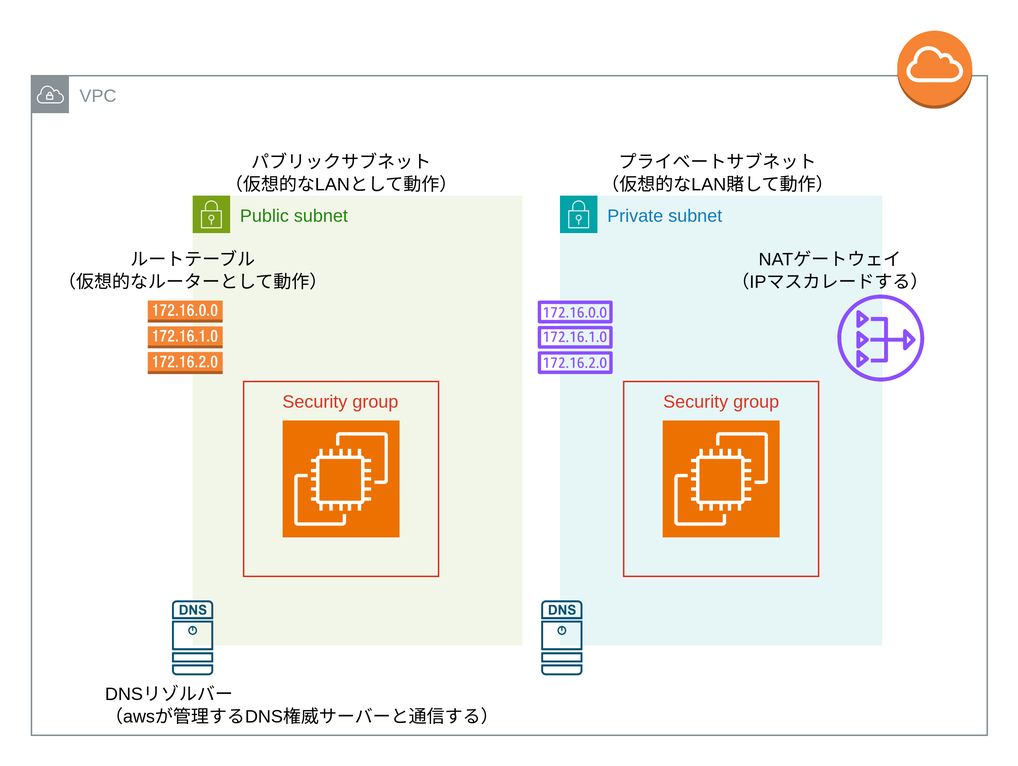
The draw.io diagram Terraform/AWS/image/VPC図.png in kuritaeiji/Memo, before a commit. Source tidied: cells renumbered, new cells last; positions are measured from the earlier drawing's top-left corner, leaving out a move shared by most shapes. Its diagram source:
```xml
<mxGraphModel>
  <root>
    <mxCell id="0" />
    <mxCell id="1" parent="0" />
    <mxCell id="2" value="VPC" style="sketch=0;gradientColor=none;html=1;whiteSpace=wrap;fontSize=12;fontStyle=0;shape=mxgraph.aws4.group;grIcon=mxgraph.aws4.group_vpc;strokeColor=#879196;fillColor=none;verticalAlign=top;align=left;spacingLeft=30;fontColor=#879196;dashed=0;" parent="1" vertex="1">
      <mxGeometry x="0.5" y="30" width="637.5" height="440" as="geometry" />
    </mxCell>
    <mxCell id="3" style="dashed=0;verticalLabelPosition=bottom;verticalAlign=top;align=center;html=1;shape=mxgraph.aws3.internet_gateway;fillColor=#F58534;gradientColor=none;" parent="1" vertex="1">
      <mxGeometry x="578" width="50" height="52" as="geometry" />
    </mxCell>
    <mxCell id="4" value="Private subnet" style="gradientColor=none;html=1;whiteSpace=wrap;fontSize=12;fontStyle=0;shape=mxgraph.aws4.group;grIcon=mxgraph.aws4.group_security_group;grStroke=0;strokeColor=#00A4A6;fillColor=#E6F6F7;verticalAlign=top;align=left;spacingLeft=30;fontColor=#147EBA;dashed=0;" parent="1" vertex="1">
      <mxGeometry x="353" y="110" width="215" height="300" as="geometry" />
    </mxCell>
    <mxCell id="5" style="sketch=0;fontColor=#232F3E;gradientColor=none;fillColor=#8C4FFF;strokeColor=none;dashed=0;verticalLabelPosition=bottom;verticalAlign=top;align=center;html=1;fontSize=12;fontStyle=0;shape=mxgraph.aws4.route_table;" parent="4" vertex="1">
      <mxGeometry x="-15" y="70" width="50.3" height="49" as="geometry" />
    </mxCell>
    <mxCell id="6" style="sketch=0;fontColor=#232F3E;fillColor=#ED7100;strokeColor=#ffffff;dashed=0;verticalLabelPosition=bottom;verticalAlign=top;align=center;html=1;fontSize=12;fontStyle=0;shape=mxgraph.aws4.resourceIcon;resIcon=mxgraph.aws4.ec2;" parent="4" vertex="1">
      <mxGeometry x="68.5" y="150" width="78" height="78" as="geometry" />
    </mxCell>
    <mxCell id="7" value="Security group" style="fillColor=none;strokeColor=#DD3522;verticalAlign=top;fontStyle=0;fontColor=#DD3522;whiteSpace=wrap;html=1;" parent="4" vertex="1">
      <mxGeometry x="42.5" y="124" width="130" height="130" as="geometry" />
    </mxCell>
    <mxCell id="8" value="NATゲートウェイ&lt;div&gt;（IPマスカレードする）&lt;/div&gt;" style="text;html=1;align=center;verticalAlign=middle;strokeColor=none;fillColor=none;" parent="4" vertex="1">
      <mxGeometry x="105" y="30" width="150" height="40" as="geometry" />
    </mxCell>
    <mxCell id="9" value="Public subnet" style="gradientColor=none;html=1;whiteSpace=wrap;fontSize=12;fontStyle=0;shape=mxgraph.aws4.group;grIcon=mxgraph.aws4.group_security_group;grStroke=0;strokeColor=#7AA116;fillColor=#F2F6E8;verticalAlign=top;align=left;spacingLeft=30;fontColor=#248814;dashed=0;" parent="1" vertex="1">
      <mxGeometry x="108" y="110" width="220" height="300" as="geometry" />
    </mxCell>
    <mxCell id="10" style="sketch=0;verticalLabelPosition=bottom;html=1;verticalAlign=top;align=center;shape=mxgraph.cisco19.dns_server;fillColor=#005073;strokeColor=none;" parent="9" vertex="1">
      <mxGeometry x="-13.8" y="270" width="27.5" height="50" as="geometry" />
    </mxCell>
    <mxCell id="11" value="ルートテーブル&lt;div&gt;（仮想的なルーターとして動作）&lt;/div&gt;" style="text;html=1;align=center;verticalAlign=middle;strokeColor=none;fillColor=none;" parent="1" vertex="1">
      <mxGeometry x="8" y="140" width="200" height="40" as="geometry" />
    </mxCell>
    <mxCell id="12" style="dashed=0;verticalLabelPosition=bottom;verticalAlign=top;align=center;html=1;shape=mxgraph.aws3.route_table;fillColor=#F58536;gradientColor=none;" parent="1" vertex="1">
      <mxGeometry x="78" y="180" width="50" height="49" as="geometry" />
    </mxCell>
    <mxCell id="13" style="sketch=0;fontColor=#232F3E;fillColor=#ED7100;strokeColor=#ffffff;dashed=0;verticalLabelPosition=bottom;verticalAlign=top;align=center;html=1;fontSize=12;fontStyle=0;shape=mxgraph.aws4.resourceIcon;resIcon=mxgraph.aws4.ec2;" parent="1" vertex="1">
      <mxGeometry x="168" y="260" width="78" height="78" as="geometry" />
    </mxCell>
    <mxCell id="14" value="Security group" style="fillColor=none;strokeColor=#DD3522;verticalAlign=top;fontStyle=0;fontColor=#DD3522;whiteSpace=wrap;html=1;" parent="1" vertex="1">
      <mxGeometry x="142" y="234" width="130" height="130" as="geometry" />
    </mxCell>
    <mxCell id="15" value="パブリックサブネット&lt;div&gt;（仮想的なLANとして動作）&lt;/div&gt;" style="text;html=1;align=center;verticalAlign=middle;strokeColor=none;fillColor=none;" parent="1" vertex="1">
      <mxGeometry x="117" y="75" width="180" height="40" as="geometry" />
    </mxCell>
    <mxCell id="16" value="プライベートサブネット&lt;div&gt;（仮想的なLAN賭して動作）&lt;/div&gt;" style="text;html=1;align=center;verticalAlign=middle;strokeColor=none;fillColor=none;" parent="1" vertex="1">
      <mxGeometry x="368" y="75" width="180" height="40" as="geometry" />
    </mxCell>
    <mxCell id="17" style="sketch=0;verticalLabelPosition=bottom;html=1;verticalAlign=top;align=center;shape=mxgraph.cisco19.dns_server;fillColor=#005073;strokeColor=none;" parent="1" vertex="1">
      <mxGeometry x="340.5" y="380" width="27.5" height="50" as="geometry" />
    </mxCell>
    <mxCell id="18" value="DNSリゾルバー&lt;div&gt;（awsが管理する&lt;span style=&quot;background-color: initial;&quot;&gt;DNS権威サーバーと通信する）&lt;/span&gt;&lt;/div&gt;" style="text;html=1;align=left;verticalAlign=middle;strokeColor=none;fillColor=none;" parent="1" vertex="1">
      <mxGeometry x="48" y="430" width="290" height="40" as="geometry" />
    </mxCell>
    <mxCell id="19" style="sketch=0;fontColor=#232F3E;gradientColor=none;fillColor=#8C4FFF;strokeColor=none;dashed=0;verticalLabelPosition=bottom;verticalAlign=top;align=center;html=1;fontSize=12;fontStyle=0;shape=mxgraph.aws4.nat_gateway;" parent="1" vertex="1">
      <mxGeometry x="538" y="176" width="58" height="58" as="geometry" />
    </mxCell>
  </root>
</mxGraphModel>
```
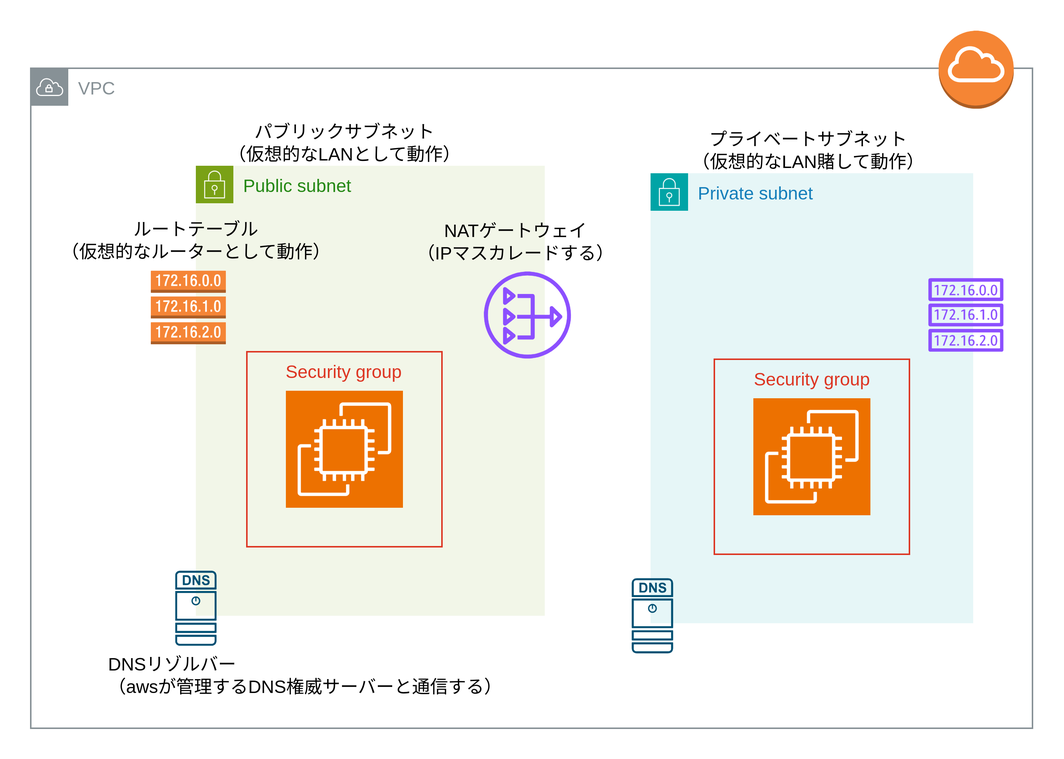
Above is the later version.

Commit message:
AWS-NATゲートウェイ

The edit, as a diff of the source:
```diff
@@ -3,58 +3,58 @@
     <mxCell id="0" />
     <mxCell id="1" parent="0" />
     <mxCell id="2" value="VPC" style="sketch=0;gradientColor=none;html=1;whiteSpace=wrap;fontSize=12;fontStyle=0;shape=mxgraph.aws4.group;grIcon=mxgraph.aws4.group_vpc;strokeColor=#879196;fillColor=none;verticalAlign=top;align=left;spacingLeft=30;fontColor=#879196;dashed=0;" parent="1" vertex="1">
-      <mxGeometry x="0.5" y="30" width="637.5" height="440" as="geometry" />
+      <mxGeometry x="-2" y="45" width="667.5" height="440" as="geometry" />
     </mxCell>
     <mxCell id="3" style="dashed=0;verticalLabelPosition=bottom;verticalAlign=top;align=center;html=1;shape=mxgraph.aws3.internet_gateway;fillColor=#F58534;gradientColor=none;" parent="1" vertex="1">
-      <mxGeometry x="578" width="50" height="52" as="geometry" />
+      <mxGeometry x="603" y="20" width="50" height="52" as="geometry" />
     </mxCell>
     <mxCell id="4" value="Private subnet" style="gradientColor=none;html=1;whiteSpace=wrap;fontSize=12;fontStyle=0;shape=mxgraph.aws4.group;grIcon=mxgraph.aws4.group_security_group;grStroke=0;strokeColor=#00A4A6;fillColor=#E6F6F7;verticalAlign=top;align=left;spacingLeft=30;fontColor=#147EBA;dashed=0;" parent="1" vertex="1">
-      <mxGeometry x="353" y="110" width="215" height="300" as="geometry" />
+      <mxGeometry x="411" y="115" width="215" height="300" as="geometry" />
     </mxCell>
-    <mxCell id="5" style="sketch=0;fontColor=#232F3E;gradientColor=none;fillColor=#8C4FFF;strokeColor=none;dashed=0;verticalLabelPosition=bottom;verticalAlign=top;align=center;html=1;fontSize=12;fontStyle=0;shape=mxgraph.aws4.route_table;" parent="4" vertex="1">
-      <mxGeometry x="-15" y="70" width="50.3" height="49" as="geometry" />
+    <mxCell id="5" style="sketch=0;fontColor=#232F3E;fillColor=#ED7100;strokeColor=#ffffff;dashed=0;verticalLabelPosition=bottom;verticalAlign=top;align=center;html=1;fontSize=12;fontStyle=0;shape=mxgraph.aws4.resourceIcon;resIcon=mxgraph.aws4.ec2;" parent="4" vertex="1">
+      <mxGeometry x="68.5" y="150" width="78" height="78" as="geometry" />
     </mxCell>
-    <mxCell id="6" style="sketch=0;fontColor=#232F3E;fillColor=#ED7100;strokeColor=#ffffff;dashed=0;verticalLabelPosition=bottom;verticalAlign=top;align=center;html=1;fontSize=12;fontStyle=0;shape=mxgraph.aws4.resourceIcon;resIcon=mxgraph.aws4.ec2;" parent="4" vertex="1">
-      <mxGeometry x="68.5" y="150" width="78" height="78" as="geometry" />
+    <mxCell id="6" value="Security group" style="fillColor=none;strokeColor=#DD3522;verticalAlign=top;fontStyle=0;fontColor=#DD3522;whiteSpace=wrap;html=1;" parent="4" vertex="1">
+      <mxGeometry x="42.5" y="124" width="130" height="130" as="geometry" />
     </mxCell>
-    <mxCell id="7" value="Security group" style="fillColor=none;strokeColor=#DD3522;verticalAlign=top;fontStyle=0;fontColor=#DD3522;whiteSpace=wrap;html=1;" parent="4" vertex="1">
-      <mxGeometry x="42.5" y="124" width="130" height="130" as="geometry" />
+    <mxCell id="7" value="Public subnet" style="gradientColor=none;html=1;whiteSpace=wrap;fontSize=12;fontStyle=0;shape=mxgraph.aws4.group;grIcon=mxgraph.aws4.group_security_group;grStroke=0;strokeColor=#7AA116;fillColor=#F2F6E8;verticalAlign=top;align=left;spacingLeft=30;fontColor=#248814;dashed=0;" parent="1" vertex="1">
+      <mxGeometry x="108" y="110" width="232.5" height="300" as="geometry" />
     </mxCell>
-    <mxCell id="8" value="NATゲートウェイ&lt;div&gt;（IPマスカレードする）&lt;/div&gt;" style="text;html=1;align=center;verticalAlign=middle;strokeColor=none;fillColor=none;" parent="4" vertex="1">
-      <mxGeometry x="105" y="30" width="150" height="40" as="geometry" />
+    <mxCell id="8" style="sketch=0;verticalLabelPosition=bottom;html=1;verticalAlign=top;align=center;shape=mxgraph.cisco19.dns_server;fillColor=#005073;strokeColor=none;" parent="7" vertex="1">
+      <mxGeometry x="-13.8" y="270" width="27.5" height="50" as="geometry" />
     </mxCell>
-    <mxCell id="9" value="Public subnet" style="gradientColor=none;html=1;whiteSpace=wrap;fontSize=12;fontStyle=0;shape=mxgraph.aws4.group;grIcon=mxgraph.aws4.group_security_group;grStroke=0;strokeColor=#7AA116;fillColor=#F2F6E8;verticalAlign=top;align=left;spacingLeft=30;fontColor=#248814;dashed=0;" parent="1" vertex="1">
-      <mxGeometry x="108" y="110" width="220" height="300" as="geometry" />
+    <mxCell id="9" value="ルートテーブル&lt;div&gt;（仮想的なルーターとして動作）&lt;/div&gt;" style="text;html=1;align=center;verticalAlign=middle;strokeColor=none;fillColor=none;" parent="1" vertex="1">
+      <mxGeometry x="8" y="140" width="200" height="40" as="geometry" />
     </mxCell>
-    <mxCell id="10" style="sketch=0;verticalLabelPosition=bottom;html=1;verticalAlign=top;align=center;shape=mxgraph.cisco19.dns_server;fillColor=#005073;strokeColor=none;" parent="9" vertex="1">
-      <mxGeometry x="-13.8" y="270" width="27.5" height="50" as="geometry" />
+    <mxCell id="10" style="dashed=0;verticalLabelPosition=bottom;verticalAlign=top;align=center;html=1;shape=mxgraph.aws3.route_table;fillColor=#F58536;gradientColor=none;" parent="1" vertex="1">
+      <mxGeometry x="78" y="180" width="50" height="49" as="geometry" />
     </mxCell>
-    <mxCell id="11" value="ルートテーブル&lt;div&gt;（仮想的なルーターとして動作）&lt;/div&gt;" style="text;html=1;align=center;verticalAlign=middle;strokeColor=none;fillColor=none;" parent="1" vertex="1">
-      <mxGeometry x="8" y="140" width="200" height="40" as="geometry" />
+    <mxCell id="11" style="sketch=0;fontColor=#232F3E;fillColor=#ED7100;strokeColor=#ffffff;dashed=0;verticalLabelPosition=bottom;verticalAlign=top;align=center;html=1;fontSize=12;fontStyle=0;shape=mxgraph.aws4.resourceIcon;resIcon=mxgraph.aws4.ec2;" parent="1" vertex="1">
+      <mxGeometry x="168" y="260" width="78" height="78" as="geometry" />
     </mxCell>
-    <mxCell id="12" style="dashed=0;verticalLabelPosition=bottom;verticalAlign=top;align=center;html=1;shape=mxgraph.aws3.route_table;fillColor=#F58536;gradientColor=none;" parent="1" vertex="1">
-      <mxGeometry x="78" y="180" width="50" height="49" as="geometry" />
+    <mxCell id="12" value="Security group" style="fillColor=none;strokeColor=#DD3522;verticalAlign=top;fontStyle=0;fontColor=#DD3522;whiteSpace=wrap;html=1;" parent="1" vertex="1">
+      <mxGeometry x="142" y="234" width="130" height="130" as="geometry" />
     </mxCell>
-    <mxCell id="13" style="sketch=0;fontColor=#232F3E;fillColor=#ED7100;strokeColor=#ffffff;dashed=0;verticalLabelPosition=bottom;verticalAlign=top;align=center;html=1;fontSize=12;fontStyle=0;shape=mxgraph.aws4.resourceIcon;resIcon=mxgraph.aws4.ec2;" parent="1" vertex="1">
-      <mxGeometry x="168" y="260" width="78" height="78" as="geometry" />
+    <mxCell id="13" value="パブリックサブネット&lt;div&gt;（仮想的なLANとして動作）&lt;/div&gt;" style="text;html=1;align=center;verticalAlign=middle;strokeColor=none;fillColor=none;" parent="1" vertex="1">
+      <mxGeometry x="117" y="75" width="180" height="40" as="geometry" />
     </mxCell>
-    <mxCell id="14" value="Security group" style="fillColor=none;strokeColor=#DD3522;verticalAlign=top;fontStyle=0;fontColor=#DD3522;whiteSpace=wrap;html=1;" parent="1" vertex="1">
-      <mxGeometry x="142" y="234" width="130" height="130" as="geometry" />
+    <mxCell id="14" value="プライベートサブネット&lt;div&gt;（仮想的なLAN賭して動作）&lt;/div&gt;" style="text;html=1;align=center;verticalAlign=middle;strokeColor=none;fillColor=none;" parent="1" vertex="1">
+      <mxGeometry x="426" y="80" width="180" height="40" as="geometry" />
     </mxCell>
-    <mxCell id="15" value="パブリックサブネット&lt;div&gt;（仮想的なLANとして動作）&lt;/div&gt;" style="text;html=1;align=center;verticalAlign=middle;strokeColor=none;fillColor=none;" parent="1" vertex="1">
-      <mxGeometry x="117" y="75" width="180" height="40" as="geometry" />
+    <mxCell id="15" style="sketch=0;verticalLabelPosition=bottom;html=1;verticalAlign=top;align=center;shape=mxgraph.cisco19.dns_server;fillColor=#005073;strokeColor=none;" parent="1" vertex="1">
+      <mxGeometry x="398.5" y="385" width="27.5" height="50" as="geometry" />
     </mxCell>
-    <mxCell id="16" value="プライベートサブネット&lt;div&gt;（仮想的なLAN賭して動作）&lt;/div&gt;" style="text;html=1;align=center;verticalAlign=middle;strokeColor=none;fillColor=none;" parent="1" vertex="1">
-      <mxGeometry x="368" y="75" width="180" height="40" as="geometry" />
+    <mxCell id="16" value="DNSリゾルバー&lt;div&gt;（awsが管理する&lt;span style=&quot;background-color: initial;&quot;&gt;DNS権威サーバーと通信する）&lt;/span&gt;&lt;/div&gt;" style="text;html=1;align=left;verticalAlign=middle;strokeColor=none;fillColor=none;" parent="1" vertex="1">
+      <mxGeometry x="48" y="430" width="290" height="40" as="geometry" />
     </mxCell>
-    <mxCell id="17" style="sketch=0;verticalLabelPosition=bottom;html=1;verticalAlign=top;align=center;shape=mxgraph.cisco19.dns_server;fillColor=#005073;strokeColor=none;" parent="1" vertex="1">
-      <mxGeometry x="340.5" y="380" width="27.5" height="50" as="geometry" />
+    <mxCell id="17" value="NATゲートウェイ&lt;div&gt;（IPマスカレードする）&lt;/div&gt;" style="text;html=1;align=center;verticalAlign=middle;strokeColor=none;fillColor=none;" parent="1" vertex="1">
+      <mxGeometry x="246" y="140.5" width="150" height="40" as="geometry" />
     </mxCell>
-    <mxCell id="18" value="DNSリゾルバー&lt;div&gt;（awsが管理する&lt;span style=&quot;background-color: initial;&quot;&gt;DNS権威サーバーと通信する）&lt;/span&gt;&lt;/div&gt;" style="text;html=1;align=left;verticalAlign=middle;strokeColor=none;fillColor=none;" parent="1" vertex="1">
-      <mxGeometry x="48" y="430" width="290" height="40" as="geometry" />
+    <mxCell id="18" style="sketch=0;fontColor=#232F3E;gradientColor=none;fillColor=#8C4FFF;strokeColor=none;dashed=0;verticalLabelPosition=bottom;verticalAlign=top;align=center;html=1;fontSize=12;fontStyle=0;shape=mxgraph.aws4.route_table;" parent="1" vertex="1">
+      <mxGeometry x="596" y="185" width="50.3" height="49" as="geometry" />
     </mxCell>
     <mxCell id="19" style="sketch=0;fontColor=#232F3E;gradientColor=none;fillColor=#8C4FFF;strokeColor=none;dashed=0;verticalLabelPosition=bottom;verticalAlign=top;align=center;html=1;fontSize=12;fontStyle=0;shape=mxgraph.aws4.nat_gateway;" parent="1" vertex="1">
-      <mxGeometry x="538" y="176" width="58" height="58" as="geometry" />
+      <mxGeometry x="300" y="180.5" width="58" height="58" as="geometry" />
     </mxCell>
   </root>
 </mxGraphModel>
```
